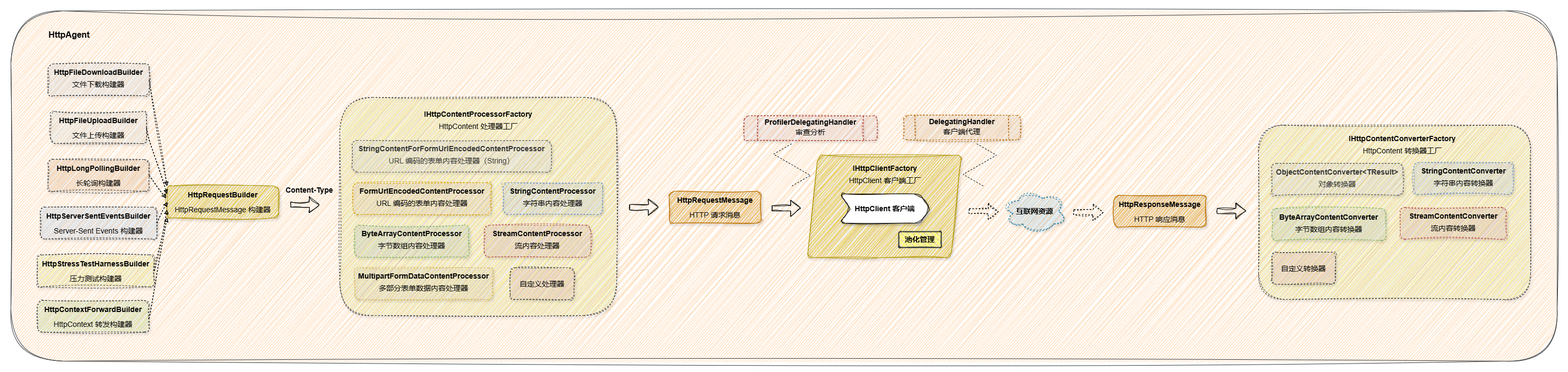
This is drawio/HttpAgent.drawio.png from MonkSoul/HttpAgent, a draw.io export, as it was before one commit. Source tidied: cells renumbered, new cells last; positions are measured from the earlier drawing's top-left corner, leaving out a move shared by most shapes.
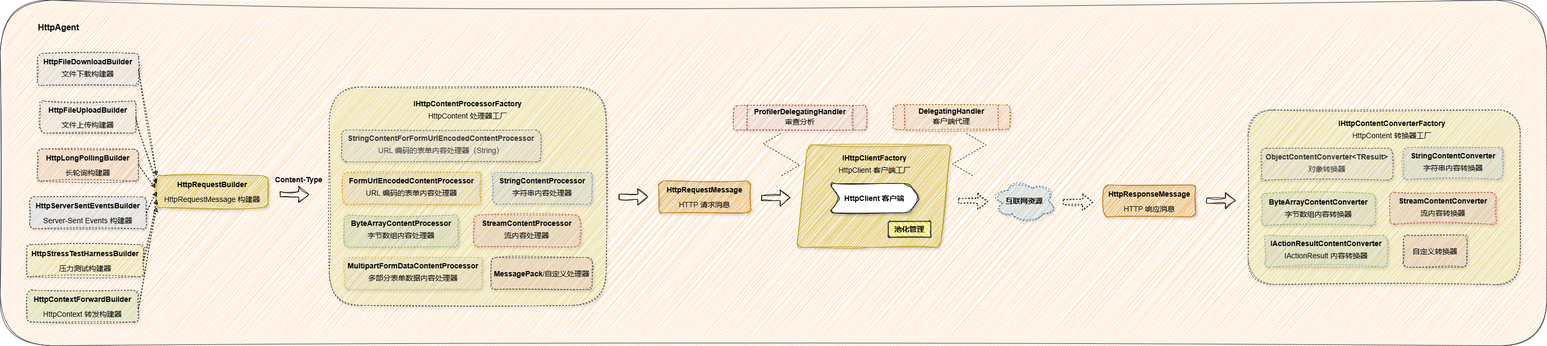
Later version of the same file.

Commit message:
😊 更新架构图

The edit, as a diff of the source:
```diff
@@ -3,7 +3,7 @@
     <mxCell id="0" />
     <mxCell id="1" parent="0" />
     <mxCell id="2" style="rounded=1;whiteSpace=wrap;html=1;sketch=1;curveFitting=1;jiggle=2;fillColor=#ffcc99;strokeColor=#36393d;" parent="1" vertex="1">
-      <mxGeometry width="2910" height="660" as="geometry" />
+      <mxGeometry width="2910" height="650" as="geometry" />
     </mxCell>
     <mxCell id="3" value="HttpFileDownloadBuilder&lt;div style=&quot;line-height: 200%;&quot;&gt;&lt;span style=&quot;font-weight: normal;&quot;&gt;文件下载构建器&lt;/span&gt;&lt;/div&gt;" style="rounded=1;whiteSpace=wrap;html=1;fontSize=14;fontStyle=1;labelBackgroundColor=none;glass=0;shadow=1;sketch=1;curveFitting=1;jiggle=2;fillColor=#eeeeee;strokeColor=#36393d;dashed=1;" parent="1" vertex="1">
       <mxGeometry x="70" y="100" width="190" height="60" as="geometry" />
@@ -85,8 +85,8 @@
     <mxCell id="25" value="&lt;span style=&quot;font-size: 14px; font-weight: 700;&quot;&gt;IHttpContentProcessorFactory&lt;/span&gt;&lt;div style=&quot;font-size: 14px; font-weight: 700; line-height: 28px;&quot;&gt;&lt;span style=&quot;font-weight: 400;&quot;&gt;HttpContent 处理器工厂&lt;/span&gt;&lt;/div&gt;" style="text;html=1;align=center;verticalAlign=middle;whiteSpace=wrap;rounded=0;" parent="1" vertex="1">
       <mxGeometry x="759.5" y="194" width="240" height="30" as="geometry" />
     </mxCell>
-    <mxCell id="26" value="&lt;div style=&quot;line-height: 200%;&quot;&gt;&lt;span style=&quot;font-weight: 400;&quot;&gt;自定义处理器&lt;/span&gt;&lt;br&gt;&lt;/div&gt;" style="rounded=1;whiteSpace=wrap;html=1;fontSize=14;fontStyle=1;labelBackgroundColor=none;glass=0;shadow=1;sketch=1;curveFitting=1;jiggle=2;fillColor=#ffcccc;strokeColor=#36393d;dashed=1;" parent="1" vertex="1">
-      <mxGeometry x="940" y="484" width="120" height="60" as="geometry" />
+    <mxCell id="26" value="&lt;div style=&quot;line-height: 200%;&quot;&gt;&lt;span style=&quot;background-color: initial;&quot;&gt;MessagePack&lt;/span&gt;&lt;span style=&quot;background-color: initial; font-weight: 400;&quot;&gt;/&lt;/span&gt;&lt;span style=&quot;font-weight: 400;&quot;&gt;自定义处理器&lt;/span&gt;&lt;br&gt;&lt;/div&gt;" style="rounded=1;whiteSpace=wrap;html=1;fontSize=14;fontStyle=1;labelBackgroundColor=none;glass=0;shadow=1;sketch=1;curveFitting=1;jiggle=2;fillColor=#ffcccc;strokeColor=#36393d;dashed=1;" parent="1" vertex="1">
+      <mxGeometry x="924" y="484" width="190" height="60" as="geometry" />
     </mxCell>
     <mxCell id="27" value="Content-Type" style="text;html=1;align=center;verticalAlign=middle;whiteSpace=wrap;rounded=0;fontSize=14;fontStyle=1;" parent="1" vertex="1">
       <mxGeometry x="507" y="323" width="110" height="30" as="geometry" />
@@ -95,25 +95,25 @@
       <mxGeometry x="2076" y="347.5" width="173" height="60" as="geometry" />
     </mxCell>
     <mxCell id="29" style="rounded=1;whiteSpace=wrap;html=1;fontSize=14;fontStyle=1;labelBackgroundColor=none;glass=0;shadow=1;sketch=1;curveFitting=1;jiggle=2;dashed=1;fillColor=#ffff88;strokeColor=#36393d;" parent="1" vertex="1">
-      <mxGeometry x="2348" y="215.5" width="512" height="328.5" as="geometry" />
+      <mxGeometry x="2348" y="206.5" width="512" height="328.5" as="geometry" />
     </mxCell>
     <mxCell id="30" value="ByteArrayContentConverter&lt;div style=&quot;line-height: 200%;&quot;&gt;&lt;span style=&quot;font-weight: 400;&quot;&gt;字节数组内容转换器&lt;/span&gt;&lt;br&gt;&lt;/div&gt;" style="rounded=1;whiteSpace=wrap;html=1;fontSize=14;fontStyle=1;labelBackgroundColor=none;glass=0;shadow=1;sketch=1;curveFitting=1;jiggle=2;fillColor=#d5e8d4;strokeColor=#82b366;dashed=1;" parent="1" vertex="1">
-      <mxGeometry x="2373" y="372.5" width="215" height="60" as="geometry" />
+      <mxGeometry x="2373" y="363.5" width="215" height="60" as="geometry" />
     </mxCell>
     <mxCell id="31" value="StreamContentConverter&lt;div style=&quot;line-height: 200%;&quot;&gt;&lt;span style=&quot;font-weight: 400;&quot;&gt;流内容转换器&lt;/span&gt;&lt;br&gt;&lt;/div&gt;" style="rounded=1;whiteSpace=wrap;html=1;fontSize=14;fontStyle=1;labelBackgroundColor=none;glass=0;shadow=1;sketch=1;curveFitting=1;jiggle=2;fillColor=#f8cecc;strokeColor=#b85450;dashed=1;" parent="1" vertex="1">
-      <mxGeometry x="2615" y="370.5" width="200" height="60" as="geometry" />
+      <mxGeometry x="2615" y="361.5" width="200" height="60" as="geometry" />
     </mxCell>
     <mxCell id="32" value="ObjectContentConverter&amp;lt;TResult&amp;gt;&lt;div style=&quot;line-height: 200%;&quot;&gt;&lt;span style=&quot;font-weight: 400;&quot;&gt;对象转换器&lt;/span&gt;&lt;br&gt;&lt;/div&gt;" style="rounded=1;whiteSpace=wrap;html=1;fontSize=14;fontStyle=1;labelBackgroundColor=none;glass=0;shadow=1;sketch=1;curveFitting=1;jiggle=2;fillColor=#f5f5f5;strokeColor=#666666;dashed=1;fontColor=#333333;" parent="1" vertex="1">
-      <mxGeometry x="2373" y="287.5" width="247" height="60" as="geometry" />
+      <mxGeometry x="2373" y="278.5" width="247" height="60" as="geometry" />
     </mxCell>
     <mxCell id="33" value="StringContentConverter&lt;div style=&quot;line-height: 200%;&quot;&gt;&lt;span style=&quot;font-weight: 400;&quot;&gt;字符串内容转换器&lt;/span&gt;&lt;br&gt;&lt;/div&gt;" style="rounded=1;whiteSpace=wrap;html=1;fontSize=14;fontStyle=1;labelBackgroundColor=none;glass=0;shadow=1;sketch=1;curveFitting=1;jiggle=2;fillColor=#dae8fc;strokeColor=#6c8ebf;dashed=1;" parent="1" vertex="1">
-      <mxGeometry x="2640" y="286" width="187.5" height="60" as="geometry" />
+      <mxGeometry x="2640" y="277" width="187.5" height="60" as="geometry" />
     </mxCell>
     <mxCell id="34" value="&lt;span style=&quot;font-size: 14px;&quot;&gt;&lt;b&gt;IHttpContentConverterFactory&lt;/b&gt;&lt;/span&gt;&lt;br&gt;&lt;div style=&quot;font-size: 14px; font-weight: 700; line-height: 28px;&quot;&gt;&lt;span style=&quot;font-weight: 400;&quot;&gt;HttpContent 转换器工厂&lt;/span&gt;&lt;/div&gt;" style="text;html=1;align=center;verticalAlign=middle;whiteSpace=wrap;rounded=0;" parent="1" vertex="1">
-      <mxGeometry x="2499" y="239.5" width="240" height="30" as="geometry" />
+      <mxGeometry x="2499" y="230.5" width="240" height="30" as="geometry" />
     </mxCell>
     <mxCell id="35" value="&lt;div style=&quot;line-height: 200%;&quot;&gt;&lt;span style=&quot;font-weight: 400;&quot;&gt;自定义转换器&lt;/span&gt;&lt;br&gt;&lt;/div&gt;" style="rounded=1;whiteSpace=wrap;html=1;fontSize=14;fontStyle=1;labelBackgroundColor=none;glass=0;shadow=1;sketch=1;curveFitting=1;jiggle=2;fillColor=#ffcccc;strokeColor=#36393d;dashed=1;" parent="1" vertex="1">
-      <mxGeometry x="2373" y="455" width="120" height="60" as="geometry" />
+      <mxGeometry x="2640" y="442" width="120" height="60" as="geometry" />
     </mxCell>
     <mxCell id="36" value="&lt;p style=&quot;line-height: 100%;&quot;&gt;&lt;b&gt;&lt;font style=&quot;font-size: 14px;&quot;&gt;互联网资源&lt;/font&gt;&lt;/b&gt;&lt;/p&gt;" style="ellipse;shape=cloud;whiteSpace=wrap;html=1;sketch=1;curveFitting=1;jiggle=2;shadow=1;fillColor=#b1ddf0;strokeColor=#10739e;dashed=1;" parent="1" vertex="1">
       <mxGeometry x="1867" y="337.5" width="120" height="80" as="geometry" />
@@ -178,7 +178,10 @@
       </mxGeometry>
     </mxCell>
     <mxCell id="50" value="HttpAgent" style="text;html=1;align=center;verticalAlign=middle;whiteSpace=wrap;rounded=0;fontStyle=1;fontSize=16;" parent="1" vertex="1">
-      <mxGeometry x="65" y="30" width="90" height="30" as="geometry" />
+      <mxGeometry x="65" y="36" width="90" height="30" as="geometry" />
     </mxCell>
+    <mxCell id="51" value="IActionResultContentConverter&lt;div style=&quot;line-height: 200%;&quot;&gt;&lt;span style=&quot;font-weight: 400;&quot;&gt;IActionResult 内容转换器&lt;/span&gt;&lt;br&gt;&lt;/div&gt;" style="rounded=1;whiteSpace=wrap;html=1;fontSize=14;fontStyle=1;labelBackgroundColor=none;glass=0;shadow=1;sketch=1;curveFitting=1;jiggle=2;fillColor=#d5e8d4;strokeColor=#82b366;dashed=1;" parent="1" vertex="1">
+      <mxGeometry x="2380" y="442" width="230" height="60" as="geometry" />
+    </mxCell>
   </root>
 </mxGraphModel>
```
